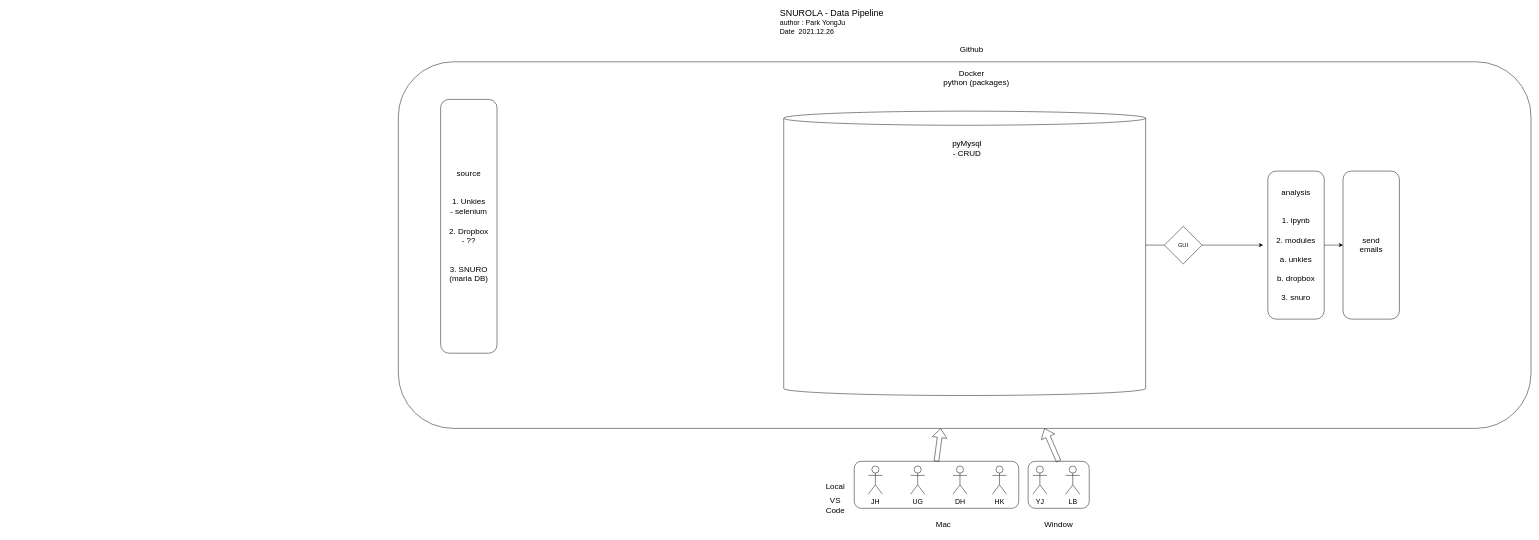
Above: Untitled Diagram.drawio in tomatozoo/DataStructure_2021_winter (draw.io), before the change. Source tidied: cells renumbered, new cells numbered last; positions are measured from the earlier drawing's top-left corner, leaving out a move shared by most shapes. Both pictures are drawn from the tidied source at 47%, with x=0, y=0 at pixel (398, 15).
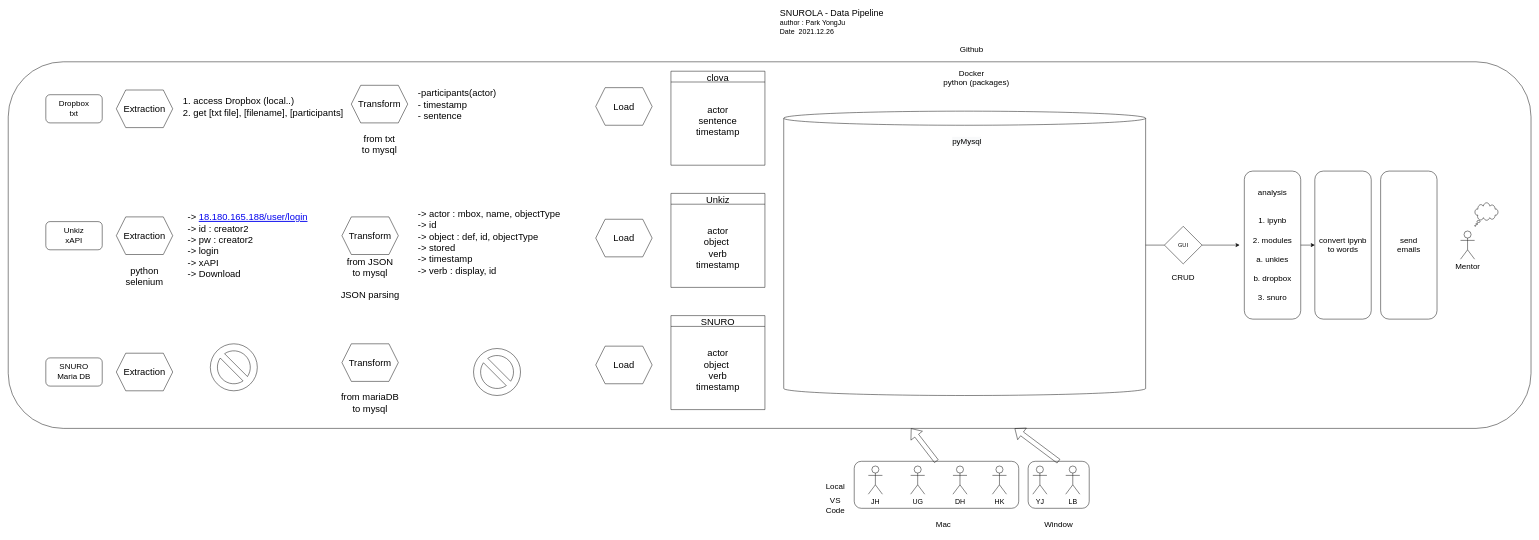
After the change.

Unchanged cells that the change refers to:
```xml
<mxCell id="25" value="GUI" style="rhombus;whiteSpace=wrap;html=1;" parent="1" vertex="1">
  <mxGeometry x="1630" y="450" width="80" height="80" as="geometry" />
</mxCell>
```

Diff of the diagram source:
```diff
@@
+    <mxCell id="14" style="rounded=1;whiteSpace=wrap;html=1;fontSize=17;fillColor=none;" parent="1" vertex="1">
+      <mxGeometry x="-830" y="100" width="3240" height="780" as="geometry" />
+    </mxCell>
@@
-    <mxCell id="14" style="rounded=1;whiteSpace=wrap;html=1;fontSize=17;fillColor=none;" parent="1" vertex="1">
-      <mxGeometry y="100" width="2410" height="780" as="geometry" />
-    </mxCell>
@@
-    <mxCell id="20" value="source&lt;br&gt;&lt;br&gt;&lt;br&gt;1. Unkies&lt;br&gt;- selenium&lt;br&gt;&lt;br&gt;2. Dropbox&lt;br&gt;- ??&lt;br&gt;&lt;br&gt;&lt;br&gt;3. SNURO&lt;br&gt;(maria DB)" style="rounded=1;whiteSpace=wrap;html=1;fontSize=17;fillColor=none;glass=1;" parent="1" vertex="1">
-      <mxGeometry x="90" y="180" width="120" height="540" as="geometry" />
-    </mxCell>
     <mxCell id="21" value="analysis&lt;br&gt;&lt;br&gt;&lt;br&gt;1. ipynb&lt;br&gt;&lt;br&gt;2. modules&lt;br&gt;&lt;br&gt;a. unkies&lt;br&gt;&lt;br&gt;b. dropbox&lt;br&gt;&lt;br&gt;3. snuro" style="rounded=1;whiteSpace=wrap;html=1;fontSize=17;fillColor=none;" parent="1" vertex="1">
-      <mxGeometry x="1850" y="332.5" width="120" height="315" as="geometry" />
+      <mxGeometry x="1800" y="332.5" width="120" height="315" as="geometry" />
     </mxCell>
-    <mxCell id="22" value="send&lt;br&gt;emails" style="rounded=1;whiteSpace=wrap;html=1;fontSize=17;fillColor=none;" parent="1" vertex="1">
-      <mxGeometry x="2010" y="332.5" width="120" height="315" as="geometry" />
+    <mxCell id="22" value="convert ipynb to words" style="rounded=1;whiteSpace=wrap;html=1;fontSize=17;fillColor=none;" parent="1" vertex="1">
+      <mxGeometry x="1950" y="332.5" width="120" height="315" as="geometry" />
     </mxCell>
@@
-    <mxCell id="27" style="endArrow=classic;html=1;rounded=0;entryX=1;entryY=0.5;entryDx=0;entryDy=0;exitX=1;exitY=0.5;exitDx=0;exitDy=0;" parent="1" edge="1" source="25">
+    <mxCell id="27" style="endArrow=classic;html=1;rounded=0;exitX=1;exitY=0.5;exitDx=0;exitDy=0;" parent="1" edge="1" source="25">
       <mxGeometry relative="1" as="geometry">
-        <mxPoint x="1840" y="490" as="targetPoint" />
+        <mxPoint x="1790" y="490" as="targetPoint" />
       </mxGeometry>
     </mxCell>
@@
-    <mxCell id="29" value="&#10;&#10;&lt;span style=&quot;color: rgb(0, 0, 0); font-family: helvetica; font-size: 17px; font-style: normal; font-weight: 400; letter-spacing: normal; text-align: center; text-indent: 0px; text-transform: none; word-spacing: 0px; background-color: rgb(248, 249, 250); display: inline; float: none;&quot;&gt;pyMysql&lt;/span&gt;&lt;br style=&quot;color: rgb(0, 0, 0); font-family: helvetica; font-size: 17px; font-style: normal; font-weight: 400; letter-spacing: normal; text-align: center; text-indent: 0px; text-transform: none; word-spacing: 0px; background-color: rgb(248, 249, 250);&quot;&gt;&lt;span style=&quot;color: rgb(0, 0, 0); font-family: helvetica; font-size: 17px; font-style: normal; font-weight: 400; letter-spacing: normal; text-align: center; text-indent: 0px; text-transform: none; word-spacing: 0px; background-color: rgb(248, 249, 250); display: inline; float: none;&quot;&gt;- CRUD&lt;/span&gt;&#10;&#10;" style="text;html=1;strokeColor=none;fillColor=none;align=center;verticalAlign=middle;whiteSpace=wrap;rounded=0;" parent="1" vertex="1">
-      <mxGeometry x="1180" y="270" width="60" height="30" as="geometry" />
+    <mxCell id="29" value="&lt;br&gt;&lt;br&gt;&lt;span style=&quot;color: rgb(0 , 0 , 0) ; font-family: &amp;#34;helvetica&amp;#34; ; font-size: 17px ; font-style: normal ; font-weight: 400 ; letter-spacing: normal ; text-align: center ; text-indent: 0px ; text-transform: none ; word-spacing: 0px ; background-color: rgb(248 , 249 , 250) ; display: inline ; float: none&quot;&gt;pyMysql&lt;/span&gt;" style="text;html=1;strokeColor=none;fillColor=none;align=center;verticalAlign=middle;whiteSpace=wrap;rounded=0;" parent="1" vertex="1">
+      <mxGeometry x="1180" y="240" width="60" height="30" as="geometry" />
     </mxCell>
+    <mxCell id="30" value="&lt;font style=&quot;font-size: 17px&quot;&gt;SNURO&lt;br&gt;Maria DB&lt;/font&gt;" style="rounded=1;whiteSpace=wrap;html=1;" parent="1" vertex="1">
+      <mxGeometry x="-750" y="730" width="120" height="60" as="geometry" />
+    </mxCell>
+    <mxCell id="31" value="Unkiz&lt;br&gt;xAPI" style="rounded=1;whiteSpace=wrap;html=1;fontSize=17;" parent="1" vertex="1">
+      <mxGeometry x="-750" y="440" width="120" height="60" as="geometry" />
+    </mxCell>
+    <mxCell id="32" value="Dropbox&lt;br&gt;txt" style="rounded=1;whiteSpace=wrap;html=1;fontSize=17;" parent="1" vertex="1">
+      <mxGeometry x="-750" y="170" width="120" height="60" as="geometry" />
+    </mxCell>
+    <mxCell id="33" value="Mentor" style="shape=umlActor;verticalLabelPosition=bottom;verticalAlign=top;html=1;fontSize=17;" parent="1" vertex="1">
+      <mxGeometry x="2260" y="460" width="30" height="60" as="geometry" />
+    </mxCell>
+    <mxCell id="34" style="whiteSpace=wrap;html=1;shape=mxgraph.basic.cloud_callout;fontSize=17;" parent="1" vertex="1">
+      <mxGeometry x="2290" y="400" width="50" height="50" as="geometry" />
+    </mxCell>
+    <mxCell id="35" value="&lt;span style=&quot;font-family: &amp;#34;apple sd gothic neo&amp;#34; , &amp;#34;arial&amp;#34; , sans-serif ; text-align: left&quot;&gt;&lt;font style=&quot;font-size: 20px&quot;&gt;Extraction&lt;/font&gt;&lt;/span&gt;" style="shape=hexagon;perimeter=hexagonPerimeter2;whiteSpace=wrap;html=1;fixedSize=1;fontSize=17;" parent="1" vertex="1">
+      <mxGeometry x="-600" y="160" width="120" height="80" as="geometry" />
+    </mxCell>
+    <mxCell id="36" value="&lt;span style=&quot;font-family: &amp;#34;apple sd gothic neo&amp;#34; , &amp;#34;arial&amp;#34; , sans-serif ; text-align: left&quot;&gt;&lt;font style=&quot;font-size: 20px&quot;&gt;Extraction&lt;/font&gt;&lt;/span&gt;" style="shape=hexagon;perimeter=hexagonPerimeter2;whiteSpace=wrap;html=1;fixedSize=1;fontSize=17;" parent="1" vertex="1">
+      <mxGeometry x="-600" y="430" width="120" height="80" as="geometry" />
+    </mxCell>
+    <mxCell id="37" value="&lt;span style=&quot;font-family: &amp;#34;apple sd gothic neo&amp;#34; , &amp;#34;arial&amp;#34; , sans-serif ; text-align: left&quot;&gt;&lt;font style=&quot;font-size: 20px&quot;&gt;Extraction&lt;/font&gt;&lt;/span&gt;" style="shape=hexagon;perimeter=hexagonPerimeter2;whiteSpace=wrap;html=1;fixedSize=1;fontSize=17;" parent="1" vertex="1">
+      <mxGeometry x="-600" y="720" width="120" height="80" as="geometry" />
+    </mxCell>
+    <mxCell id="38" value="-&amp;gt;&amp;nbsp;&lt;a href=&quot;http://18.180.165.188/user/login&quot;&gt;18.180.165.188/user/login&lt;/a&gt;&lt;br&gt;-&amp;gt; id : creator2&lt;br&gt;-&amp;gt; pw : creator2&lt;br&gt;-&amp;gt; login&lt;br&gt;-&amp;gt; xAPI&lt;br&gt;-&amp;gt; Download" style="text;html=1;strokeColor=none;fillColor=none;align=left;verticalAlign=middle;whiteSpace=wrap;rounded=0;labelBackgroundColor=none;fontSize=20;fontColor=#000000;" parent="1" vertex="1">
+      <mxGeometry x="-450.5" y="415" width="287" height="150" as="geometry" />
+    </mxCell>
+    <mxCell id="39" value="&lt;span style=&quot;font-family: &amp;#34;apple sd gothic neo&amp;#34; , &amp;#34;arial&amp;#34; , sans-serif ; text-align: left&quot;&gt;&lt;font style=&quot;font-size: 20px&quot;&gt;Transform&lt;/font&gt;&lt;/span&gt;" style="shape=hexagon;perimeter=hexagonPerimeter2;whiteSpace=wrap;html=1;fixedSize=1;fontSize=17;" parent="1" vertex="1">
+      <mxGeometry x="-120" y="430" width="120" height="80" as="geometry" />
+    </mxCell>
+    <mxCell id="40" value="-&amp;gt; actor : mbox, name, objectType&lt;br&gt;-&amp;gt; id&lt;br&gt;-&amp;gt; object : def, id, objectType&lt;br&gt;-&amp;gt; stored&lt;br&gt;-&amp;gt; timestamp&lt;br&gt;-&amp;gt; verb : display, id&lt;br&gt;&lt;br&gt;" style="text;html=1;strokeColor=none;fillColor=none;align=left;verticalAlign=middle;whiteSpace=wrap;rounded=0;labelBackgroundColor=none;fontSize=20;fontColor=#000000;" parent="1" vertex="1">
+      <mxGeometry x="40" y="420" width="320" height="150" as="geometry" />
+    </mxCell>
+    <mxCell id="41" value="from JSON &lt;br&gt;to mysql&lt;br&gt;&lt;br&gt;JSON parsing" style="text;html=1;strokeColor=none;fillColor=none;align=center;verticalAlign=middle;whiteSpace=wrap;rounded=0;labelBackgroundColor=none;fontSize=20;fontColor=#000000;" parent="1" vertex="1">
+      <mxGeometry x="-130" y="530" width="140" height="60" as="geometry" />
+    </mxCell>
+    <mxCell id="42" value="&lt;span style=&quot;font-family: &amp;#34;apple sd gothic neo&amp;#34; , &amp;#34;arial&amp;#34; , sans-serif ; text-align: left&quot;&gt;&lt;font style=&quot;font-size: 20px&quot;&gt;Load&lt;/font&gt;&lt;/span&gt;" style="shape=hexagon;perimeter=hexagonPerimeter2;whiteSpace=wrap;html=1;fixedSize=1;fontSize=17;" parent="1" vertex="1">
+      <mxGeometry x="420" y="435" width="120" height="80" as="geometry" />
+    </mxCell>
+    <mxCell id="43" value="Unkiz" style="swimlane;labelBackgroundColor=none;fontSize=20;fontColor=#000000;fontStyle=0;" parent="1" vertex="1">
+      <mxGeometry x="580" y="380" width="200" height="200" as="geometry" />
+    </mxCell>
+    <mxCell id="44" value="actor&lt;br&gt;object&amp;nbsp;&lt;br&gt;verb&lt;br&gt;timestamp" style="text;html=1;strokeColor=none;fillColor=none;align=center;verticalAlign=middle;whiteSpace=wrap;rounded=0;labelBackgroundColor=none;fontSize=20;fontColor=#000000;" parent="43" vertex="1">
+      <mxGeometry x="70" y="100" width="60" height="30" as="geometry" />
+    </mxCell>
+    <mxCell id="45" value="&lt;span style=&quot;font-family: &amp;#34;apple sd gothic neo&amp;#34; , &amp;#34;arial&amp;#34; , sans-serif ; text-align: left&quot;&gt;&lt;font style=&quot;font-size: 20px&quot;&gt;Transform&lt;/font&gt;&lt;/span&gt;" style="shape=hexagon;perimeter=hexagonPerimeter2;whiteSpace=wrap;html=1;fixedSize=1;fontSize=17;" parent="1" vertex="1">
+      <mxGeometry x="-120" y="700" width="120" height="80" as="geometry" />
+    </mxCell>
+    <mxCell id="46" value="from mariaDB&lt;br&gt;to mysql" style="text;html=1;strokeColor=none;fillColor=none;align=center;verticalAlign=middle;whiteSpace=wrap;rounded=0;labelBackgroundColor=none;fontSize=20;fontColor=#000000;" parent="1" vertex="1">
+      <mxGeometry x="-130" y="795" width="140" height="60" as="geometry" />
+    </mxCell>
+    <mxCell id="47" value="&lt;span style=&quot;font-family: &amp;#34;apple sd gothic neo&amp;#34; , &amp;#34;arial&amp;#34; , sans-serif ; text-align: left&quot;&gt;&lt;font style=&quot;font-size: 20px&quot;&gt;Load&lt;/font&gt;&lt;/span&gt;" style="shape=hexagon;perimeter=hexagonPerimeter2;whiteSpace=wrap;html=1;fixedSize=1;fontSize=17;" parent="1" vertex="1">
+      <mxGeometry x="420" y="705" width="120" height="80" as="geometry" />
+    </mxCell>
+    <mxCell id="48" value="&lt;span style=&quot;font-family: &amp;#34;apple sd gothic neo&amp;#34; , &amp;#34;arial&amp;#34; , sans-serif ; text-align: left&quot;&gt;&lt;font style=&quot;font-size: 20px&quot;&gt;Transform&lt;/font&gt;&lt;/span&gt;" style="shape=hexagon;perimeter=hexagonPerimeter2;whiteSpace=wrap;html=1;fixedSize=1;fontSize=17;" parent="1" vertex="1">
+      <mxGeometry x="-100" y="150" width="120" height="80" as="geometry" />
+    </mxCell>
+    <mxCell id="49" value="from txt&lt;br&gt;to mysql" style="text;html=1;strokeColor=none;fillColor=none;align=center;verticalAlign=middle;whiteSpace=wrap;rounded=0;labelBackgroundColor=none;fontSize=20;fontColor=#000000;" parent="1" vertex="1">
+      <mxGeometry x="-110" y="245" width="140" height="60" as="geometry" />
+    </mxCell>
+    <mxCell id="50" value="&lt;span style=&quot;font-family: &amp;#34;apple sd gothic neo&amp;#34; , &amp;#34;arial&amp;#34; , sans-serif ; text-align: left&quot;&gt;&lt;font style=&quot;font-size: 20px&quot;&gt;Load&lt;/font&gt;&lt;/span&gt;" style="shape=hexagon;perimeter=hexagonPerimeter2;whiteSpace=wrap;html=1;fixedSize=1;fontSize=17;" parent="1" vertex="1">
+      <mxGeometry x="420" y="155" width="120" height="80" as="geometry" />
+    </mxCell>
+    <mxCell id="51" value="1. access Dropbox (local..)&lt;br&gt;2. get [txt file], [filename], [participants]" style="text;html=1;strokeColor=none;fillColor=none;align=left;verticalAlign=middle;whiteSpace=wrap;rounded=0;labelBackgroundColor=none;fontSize=20;fontColor=#000000;" parent="1" vertex="1">
+      <mxGeometry x="-460" y="120" width="350" height="150" as="geometry" />
+    </mxCell>
+    <mxCell id="52" value="-participants(actor)&lt;br&gt;- timestamp&lt;br&gt;- sentence" style="text;html=1;strokeColor=none;fillColor=none;align=left;verticalAlign=middle;whiteSpace=wrap;rounded=0;labelBackgroundColor=none;fontSize=20;fontColor=#000000;" parent="1" vertex="1">
+      <mxGeometry x="40" y="150" width="210" height="80" as="geometry" />
+    </mxCell>
+    <mxCell id="53" value="clova" style="swimlane;labelBackgroundColor=none;fontSize=20;fontColor=#000000;fontStyle=0;" parent="1" vertex="1">
+      <mxGeometry x="580" y="120" width="200" height="200" as="geometry" />
+    </mxCell>
+    <mxCell id="54" value="actor&lt;br&gt;sentence&lt;br&gt;timestamp" style="text;html=1;strokeColor=none;fillColor=none;align=center;verticalAlign=middle;whiteSpace=wrap;rounded=0;labelBackgroundColor=none;fontSize=20;fontColor=#000000;" parent="53" vertex="1">
+      <mxGeometry x="70" y="90" width="60" height="30" as="geometry" />
+    </mxCell>
+    <mxCell id="55" value="SNURO" style="swimlane;labelBackgroundColor=none;fontSize=20;fontColor=#000000;fontStyle=0;" parent="1" vertex="1">
+      <mxGeometry x="580" y="640" width="200" height="200" as="geometry" />
+    </mxCell>
+    <mxCell id="56" value="actor&lt;br&gt;object&amp;nbsp;&lt;br&gt;verb&lt;br&gt;timestamp" style="text;html=1;strokeColor=none;fillColor=none;align=center;verticalAlign=middle;whiteSpace=wrap;rounded=0;labelBackgroundColor=none;fontSize=20;fontColor=#000000;" parent="55" vertex="1">
+      <mxGeometry x="70" y="100" width="60" height="30" as="geometry" />
+    </mxCell>
+    <mxCell id="57" value="python&lt;br&gt;selenium" style="text;html=1;strokeColor=none;fillColor=none;align=center;verticalAlign=middle;whiteSpace=wrap;rounded=0;labelBackgroundColor=none;fontSize=20;fontColor=#000000;" parent="1" vertex="1">
+      <mxGeometry x="-610" y="525" width="140" height="60" as="geometry" />
+    </mxCell>
+    <mxCell id="58" value="send&lt;br&gt;emails" style="rounded=1;whiteSpace=wrap;html=1;fontSize=17;fillColor=none;" parent="1" vertex="1">
+      <mxGeometry x="2090" y="332.5" width="120" height="315" as="geometry" />
+    </mxCell>
+    <mxCell id="59" style="verticalLabelPosition=bottom;verticalAlign=top;html=1;shape=mxgraph.basic.no_symbol;labelBackgroundColor=none;fontSize=20;fontColor=#000000;fillColor=none;" parent="1" vertex="1">
+      <mxGeometry x="-400" y="700" width="100" height="100" as="geometry" />
+    </mxCell>
+    <mxCell id="60" style="verticalLabelPosition=bottom;verticalAlign=top;html=1;shape=mxgraph.basic.no_symbol;labelBackgroundColor=none;fontSize=20;fontColor=#000000;fillColor=none;" parent="1" vertex="1">
+      <mxGeometry x="160" y="710" width="100" height="100" as="geometry" />
+    </mxCell>
+    <mxCell id="61" value="&lt;span style=&quot;font-size: 17px&quot;&gt;CRUD&lt;br&gt;&lt;/span&gt;" style="text;html=1;strokeColor=none;fillColor=none;align=center;verticalAlign=middle;whiteSpace=wrap;rounded=0;fontSize=15;" parent="1" vertex="1">
+      <mxGeometry x="1640" y="545" width="60" height="30" as="geometry" />
+    </mxCell>
```
